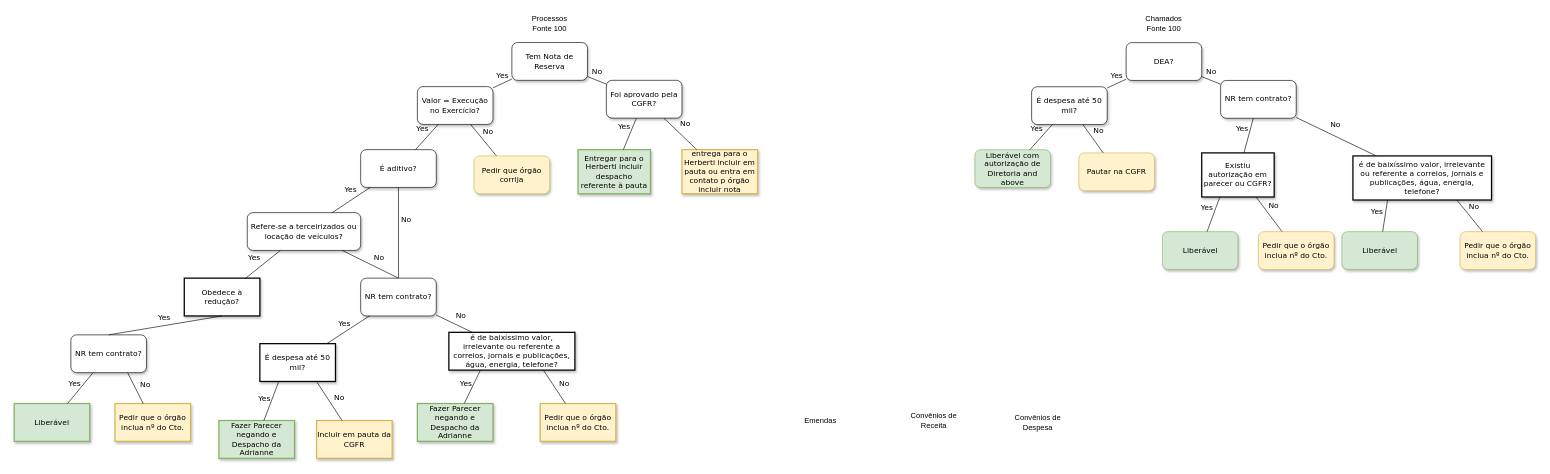
Earlier version of the draw.io diagram Untitled Diagram.drawio (aatefpitesouro/Circular). Source tidied: cells renumbered, new cells numbered last; positions are measured from the earlier drawing's top-left corner, leaving out a move shared by most shapes. Both pictures are drawn from the tidied source at 63%, with x=0, y=0 at pixel (14, 11).
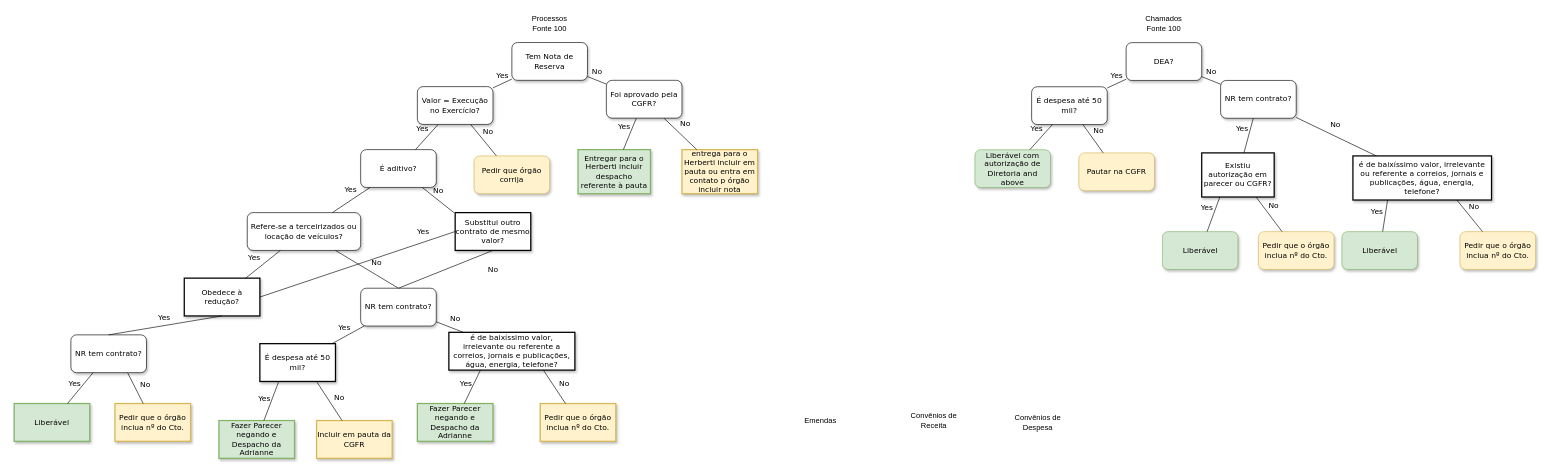
After the change.

The change refers to these unchanged cells:
```xml
<mxCell id="7" value="&lt;span&gt;É aditivo?&lt;/span&gt;" style="whiteSpace=wrap;html=1;rounded=1;shadow=1;labelBackgroundColor=none;strokeColor=#000000;strokeWidth=1;fillColor=#ffffff;fontFamily=Verdana;fontSize=12;fontColor=#000000;align=center;" parent="1" vertex="1">
  <mxGeometry x="550" y="220" width="120" height="60" as="geometry" />
</mxCell>
<mxCell id="18" value="Obedece à redução?" style="whiteSpace=wrap;html=1;rounded=0;shadow=1;labelBackgroundColor=none;strokeColor=#000000;strokeWidth=2;fillColor=#ffffff;fontFamily=Verdana;fontSize=12;fontColor=#000000;align=center;" parent="1" vertex="1">
  <mxGeometry x="270" y="424" width="120" height="60" as="geometry" />
</mxCell>
```

Change to the diagram source:
```diff
@@
-    <mxCell id="17" value="No" style="edgeStyle=none;rounded=0;html=1;labelBackgroundColor=none;startArrow=none;startFill=0;startSize=5;endArrow=none;endFill=0;endSize=5;jettySize=auto;strokeColor=#000000;strokeWidth=1;fontFamily=Verdana;fontSize=12;fontColor=#000000;" parent="1" edge="1" source="7" target="22">
+    <mxCell id="17" value="No" style="edgeStyle=none;rounded=0;html=1;labelBackgroundColor=none;startArrow=none;startFill=0;startSize=5;endArrow=none;endFill=0;endSize=5;jettySize=auto;strokeColor=#000000;strokeWidth=1;fontFamily=Verdana;fontSize=12;fontColor=#000000;entryX=-0.017;entryY=0;entryDx=0;entryDy=0;entryPerimeter=0;" parent="1" edge="1" source="7" target="66">
       <mxGeometry x="-0.28" y="12" relative="1" as="geometry" />
     </mxCell>
@@
     <mxCell id="22" value="&lt;span&gt;NR tem contrato?&lt;/span&gt;" style="whiteSpace=wrap;html=1;rounded=1;shadow=1;labelBackgroundColor=none;strokeColor=#000000;strokeWidth=1;fillColor=#ffffff;fontFamily=Verdana;fontSize=12;fontColor=#000000;align=center;" parent="1" vertex="1">
-      <mxGeometry x="550" y="424" width="120" height="60" as="geometry" />
+      <mxGeometry x="550" y="440" width="120" height="60" as="geometry" />
     </mxCell>
@@
+    <mxCell id="66" value="Substitui outro contrato de mesmo valor?" style="whiteSpace=wrap;html=1;rounded=0;shadow=1;labelBackgroundColor=none;strokeColor=#000000;strokeWidth=2;fillColor=#ffffff;fontFamily=Verdana;fontSize=12;fontColor=#000000;align=center;" parent="1" vertex="1">
+      <mxGeometry x="700" y="320" width="120" height="60" as="geometry" />
+    </mxCell>
+    <mxCell id="67" value="No" style="edgeStyle=none;rounded=0;html=1;labelBackgroundColor=none;startArrow=none;startFill=0;startSize=5;endArrow=none;endFill=0;endSize=5;jettySize=auto;strokeColor=#000000;strokeWidth=1;fontFamily=Verdana;fontSize=12;fontColor=#000000;exitX=0.5;exitY=1;exitDx=0;exitDy=0;entryX=0.5;entryY=0;entryDx=0;entryDy=0;" parent="1" edge="1" source="66" target="22">
+      <mxGeometry x="-0.86" y="28" relative="1" as="geometry" />
+    </mxCell>
+    <mxCell id="68" value="Yes" style="edgeStyle=none;rounded=0;html=1;labelBackgroundColor=none;startArrow=none;startFill=0;startSize=5;endArrow=none;endFill=0;endSize=5;jettySize=auto;strokeColor=#000000;strokeWidth=1;fontFamily=Verdana;fontSize=12;fontColor=#000000;exitX=0;exitY=0.5;exitDx=0;exitDy=0;entryX=1;entryY=0.5;entryDx=0;entryDy=0;" parent="1" edge="1" source="66" target="18">
+      <mxGeometry x="-0.71" y="-16" relative="1" as="geometry">
+        <mxPoint x="-1" as="offset" />
+      </mxGeometry>
+    </mxCell>
```
